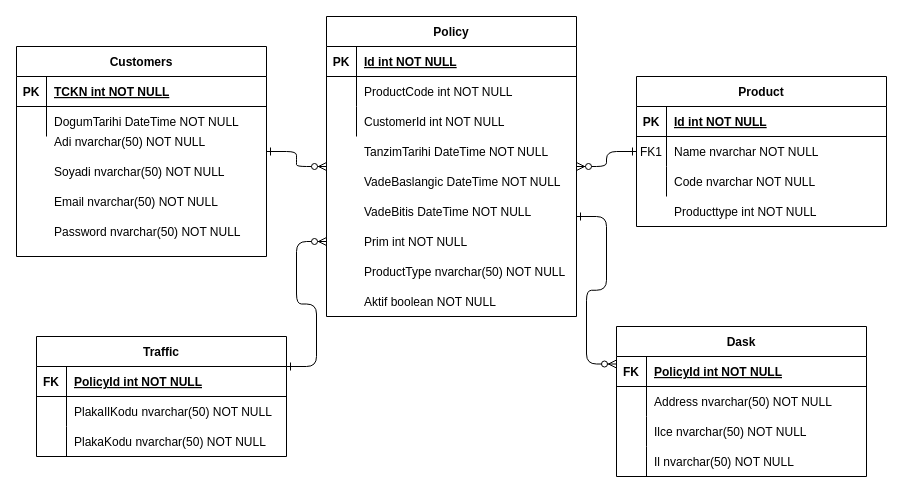
Above: DatabaseTables.drawio in gitsametcan/RestApi-Asp.NetCore (draw.io), before the change. Source tidied: cells renumbered, new cells numbered last; positions are measured from the earlier drawing's top-left corner, leaving out a move shared by most shapes. Both pictures are drawn from the tidied source at 100%, with x=0, y=0 at pixel (16, 16).
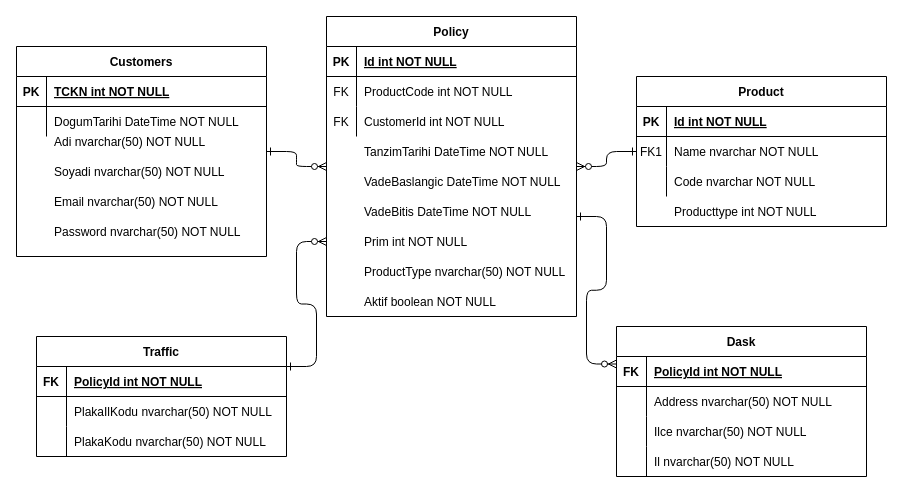
Above is the later version.

Unchanged cells that the change refers to:
```xml
<mxCell id="29" style="shape=partialRectangle;fillColor=none;top=0;left=0;right=0;bottom=0;" parent="25" vertex="1">
  <mxGeometry y="60" width="250" height="30" as="geometry" />
</mxCell>
<mxCell id="32" style="shape=partialRectangle;fillColor=none;top=0;left=0;right=0;bottom=0;" parent="25" vertex="1">
  <mxGeometry y="90" width="250" height="30" as="geometry" />
</mxCell>
```

Diff of the diagram source:
```diff
@@
-    <mxCell id="30" style="shape=partialRectangle;overflow=hidden;fillColor=none;top=0;left=0;bottom=0;right=0;" parent="29" vertex="1">
+    <mxCell id="30" value="FK" style="shape=partialRectangle;overflow=hidden;fillColor=none;top=0;left=0;bottom=0;right=0;" parent="29" vertex="1">
       <mxGeometry width="30" height="30" as="geometry" />
     </mxCell>
@@
-    <mxCell id="33" style="shape=partialRectangle;overflow=hidden;fillColor=none;top=0;left=0;bottom=0;right=0;" parent="32" vertex="1">
+    <mxCell id="33" value="FK" style="shape=partialRectangle;overflow=hidden;fillColor=none;top=0;left=0;bottom=0;right=0;" parent="32" vertex="1">
       <mxGeometry width="30" height="30" as="geometry" />
     </mxCell>
```
